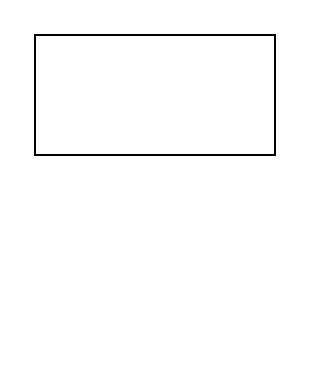
Above: Диаграмма без названия.drawio in kornienko199004/100-days-of-code-frontend (draw.io), before the change. Source tidied: cells renumbered, new cells numbered last; positions are measured from the earlier drawing's top-left corner, leaving out a move shared by most shapes. Both pictures are drawn from the tidied source at 200%, with x=0, y=0 at pixel (34, 34).
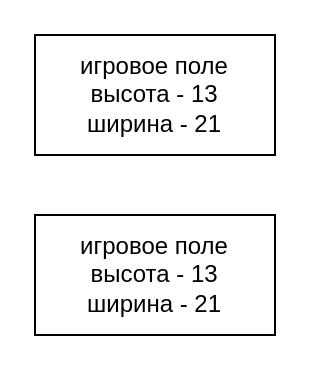
The same diagram, later.

Change to the diagram source:
```diff
@@
 <mxGraphModel>
   <root>
     <mxCell id="0" />
     <mxCell id="1" parent="0" />
-    <mxCell id="2" style="rounded=0;whiteSpace=wrap;html=1;" parent="1" vertex="1">
+    <mxCell id="2" value="игровое поле&lt;div&gt;высота - 13&lt;/div&gt;&lt;div&gt;ширина - 21&lt;/div&gt;" style="rounded=0;whiteSpace=wrap;html=1;" parent="1" vertex="1">
       <mxGeometry width="120" height="60" as="geometry" />
     </mxCell>
+    <mxCell id="3" value="игровое поле&lt;div&gt;высота - 13&lt;/div&gt;&lt;div&gt;ширина - 21&lt;/div&gt;" style="rounded=0;whiteSpace=wrap;html=1;" parent="1" vertex="1">
+      <mxGeometry y="90" width="120" height="60" as="geometry" />
+    </mxCell>
   </root>
 </mxGraphModel>
```
